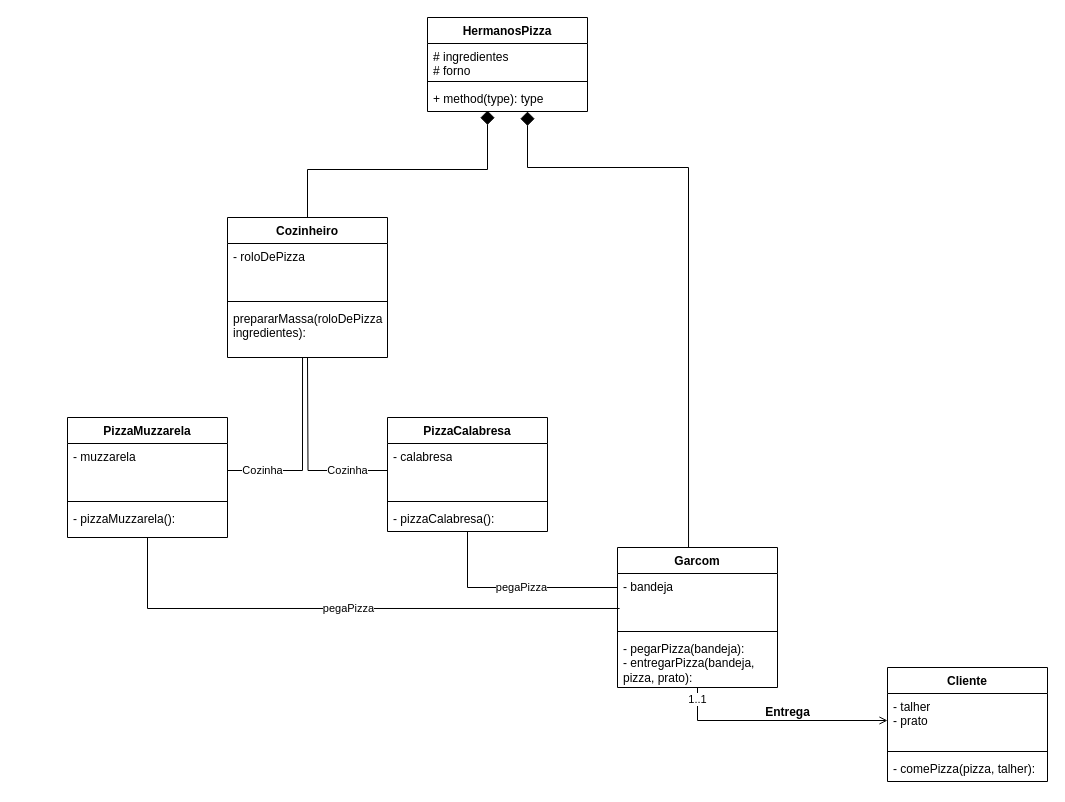
This is Pizzaria.drawio from SamuelKopf/Diagramas, a draw.io file, before an edit. Source tidied: cells renumbered, new cells numbered last; positions are measured from the earlier drawing's top-left corner, leaving out a move shared by most shapes. Both pictures are drawn from the tidied source at 100%, with x=0, y=0 at pixel (67, 17).
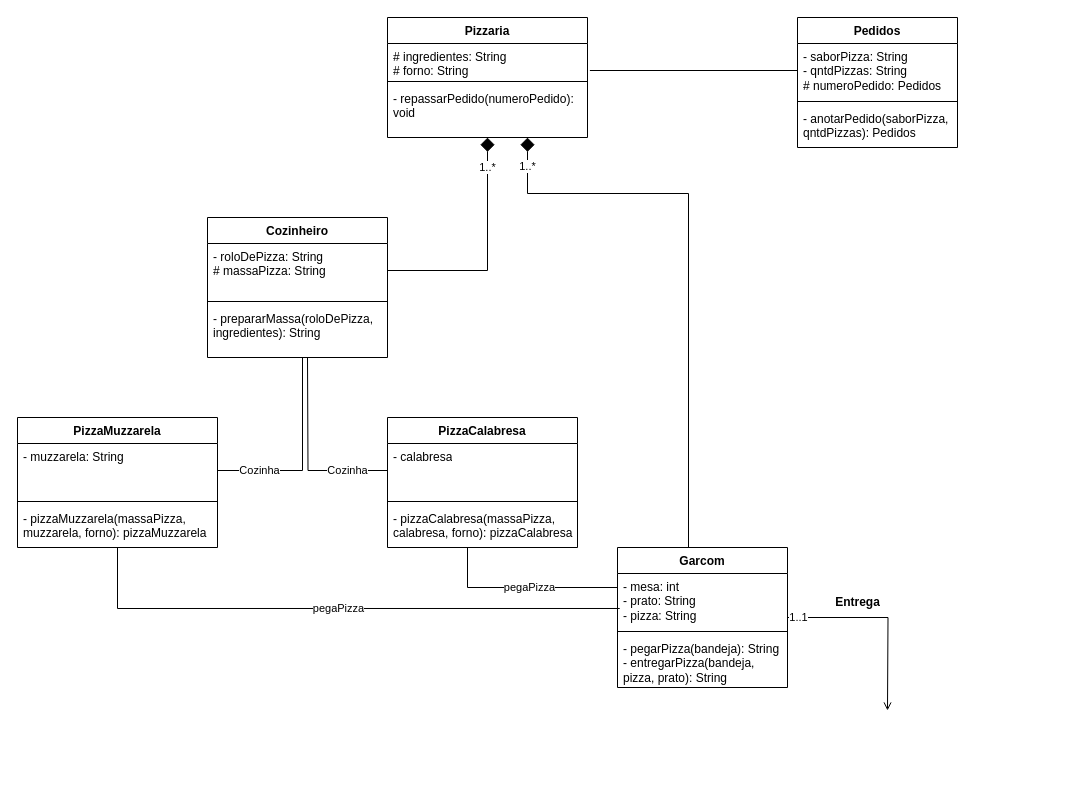
Above is the later version.

Change to the diagram source:
```diff
@@
-    <mxCell id="2" value="HermanosPizza" style="swimlane;fontStyle=1;align=center;verticalAlign=top;horizontal=1;startSize=26;whiteSpace=wrap;html=1;" parent="1" vertex="1">
-      <mxGeometry x="360" width="160" height="94" as="geometry" />
+    <mxCell id="2" value="Pizzaria" style="swimlane;fontStyle=1;align=center;verticalAlign=top;horizontal=1;startSize=26;whiteSpace=wrap;html=1;" parent="1" vertex="1">
+      <mxGeometry x="320" width="200" height="120" as="geometry" />
     </mxCell>
-    <mxCell id="3" value="# ingredientes&lt;div&gt;# forno&lt;/div&gt;" style="text;strokeColor=none;fillColor=none;align=left;verticalAlign=top;spacingLeft=4;spacingRight=4;overflow=hidden;points=[[0,0.5],[1,0.5]];portConstraint=eastwest;whiteSpace=wrap;html=1;" parent="2" vertex="1">
-      <mxGeometry y="26" width="160" height="34" as="geometry" />
+    <mxCell id="3" value="# ingredientes: String&lt;div&gt;# forno&lt;span style=&quot;background-color: initial;&quot;&gt;: String&lt;/span&gt;&lt;/div&gt;" style="text;strokeColor=none;fillColor=none;align=left;verticalAlign=top;spacingLeft=4;spacingRight=4;overflow=hidden;points=[[0,0.5],[1,0.5]];portConstraint=eastwest;whiteSpace=wrap;html=1;" parent="2" vertex="1">
+      <mxGeometry y="26" width="200" height="34" as="geometry" />
     </mxCell>
     <mxCell id="4" style="line;strokeWidth=1;fillColor=none;align=left;verticalAlign=middle;spacingTop=-1;spacingLeft=3;spacingRight=3;labelPosition=right;strokeColor=inherit;" parent="2" vertex="1">
-      <mxGeometry y="60" width="160" height="8" as="geometry" />
+      <mxGeometry y="60" width="200" height="8" as="geometry" />
     </mxCell>
-    <mxCell id="5" value="+ method(type): type" style="text;strokeColor=none;fillColor=none;align=left;verticalAlign=top;spacingLeft=4;spacingRight=4;overflow=hidden;points=[[0,0.5],[1,0.5]];portConstraint=eastwest;whiteSpace=wrap;html=1;" parent="2" vertex="1">
-      <mxGeometry y="68" width="160" height="26" as="geometry" />
+    <mxCell id="5" value="- repassarPedido(numeroPedido): void" style="text;strokeColor=none;fillColor=none;align=left;verticalAlign=top;spacingLeft=4;spacingRight=4;overflow=hidden;points=[[0,0.5],[1,0.5]];portConstraint=eastwest;whiteSpace=wrap;html=1;" parent="2" vertex="1">
+      <mxGeometry y="68" width="200" height="52" as="geometry" />
     </mxCell>
-    <mxCell id="6" value="1..1" style="edgeStyle=orthogonalEdgeStyle;rounded=0;jettySize=auto;html=1;entryX=0;entryY=0.5;entryDx=0;entryDy=0;endArrow=open;endFill=0;" parent="1" edge="1" source="7" target="29">
-      <mxGeometry x="-0.89" relative="1" as="geometry" />
+    <mxCell id="6" value="1..1" style="edgeStyle=orthogonalEdgeStyle;rounded=0;jettySize=auto;html=1;entryX=0;entryY=0.5;entryDx=0;entryDy=0;endArrow=open;endFill=0;" parent="1" edge="1" source="7">
+      <mxGeometry x="-0.89" relative="1" as="geometry">
+        <mxPoint x="820" y="693" as="targetPoint" />
+      </mxGeometry>
     </mxCell>
     <mxCell id="7" value="&lt;div&gt;Garcom&lt;/div&gt;" style="swimlane;fontStyle=1;align=center;verticalAlign=top;horizontal=1;startSize=26;whiteSpace=wrap;html=1;" parent="1" vertex="1">
-      <mxGeometry x="550" y="530" width="160" height="140" as="geometry" />
+      <mxGeometry x="550" y="530" width="170" height="140" as="geometry" />
     </mxCell>
-    <mxCell id="8" value="- bandeja" style="text;strokeColor=none;fillColor=none;align=left;verticalAlign=top;spacingLeft=4;spacingRight=4;overflow=hidden;points=[[0,0.5],[1,0.5]];portConstraint=eastwest;whiteSpace=wrap;html=1;" parent="7" vertex="1">
-      <mxGeometry y="26" width="160" height="54" as="geometry" />
+    <mxCell id="8" value="- mesa: int&lt;div&gt;- prato&lt;span style=&quot;background-color: initial;&quot;&gt;: String&lt;/span&gt;&lt;/div&gt;&lt;div&gt;- pizza&lt;span style=&quot;background-color: initial;&quot;&gt;: String&lt;/span&gt;&lt;/div&gt;" style="text;strokeColor=none;fillColor=none;align=left;verticalAlign=top;spacingLeft=4;spacingRight=4;overflow=hidden;points=[[0,0.5],[1,0.5]];portConstraint=eastwest;whiteSpace=wrap;html=1;" parent="7" vertex="1">
+      <mxGeometry y="26" width="170" height="54" as="geometry" />
     </mxCell>
     <mxCell id="9" style="line;strokeWidth=1;fillColor=none;align=left;verticalAlign=middle;spacingTop=-1;spacingLeft=3;spacingRight=3;labelPosition=right;strokeColor=inherit;" parent="7" vertex="1">
-      <mxGeometry y="80" width="160" height="8" as="geometry" />
+      <mxGeometry y="80" width="170" height="8" as="geometry" />
     </mxCell>
-    <mxCell id="10" value="&lt;div&gt;- pegarPizza(bandeja):&lt;/div&gt;- entregarPizza(bandeja, pizza, prato):&lt;div&gt;&lt;br&gt;&lt;/div&gt;" style="text;strokeColor=none;fillColor=none;align=left;verticalAlign=top;spacingLeft=4;spacingRight=4;overflow=hidden;whiteSpace=wrap;html=1;" parent="7" vertex="1">
-      <mxGeometry y="88" width="160" height="52" as="geometry" />
+    <mxCell id="10" value="&lt;div&gt;- pegarPizza(bandeja): String&lt;/div&gt;- entregarPizza(bandeja, pizza, prato): String&lt;div&gt;&lt;br&gt;&lt;/div&gt;" style="text;strokeColor=none;fillColor=none;align=left;verticalAlign=top;spacingLeft=4;spacingRight=4;overflow=hidden;whiteSpace=wrap;html=1;" parent="7" vertex="1">
+      <mxGeometry y="88" width="170" height="52" as="geometry" />
     </mxCell>
-    <mxCell id="11" style="edgeStyle=orthogonalEdgeStyle;rounded=0;jettySize=auto;html=1;entryX=0.375;entryY=0.962;entryDx=0;entryDy=0;entryPerimeter=0;endArrow=diamond;endFill=1;endSize=12;" parent="1" edge="1" source="12" target="5">
-      <mxGeometry relative="1" as="geometry" />
-    </mxCell>
     <mxCell id="12" value="&lt;div&gt;Cozinheiro&lt;/div&gt;" style="swimlane;fontStyle=1;align=center;verticalAlign=top;horizontal=1;startSize=26;whiteSpace=wrap;html=1;" parent="1" vertex="1">
-      <mxGeometry x="160" y="200" width="160" height="140" as="geometry" />
+      <mxGeometry x="140" y="200" width="180" height="140" as="geometry" />
     </mxCell>
-    <mxCell id="13" value="- roloDePizza" style="text;strokeColor=none;fillColor=none;align=left;verticalAlign=top;spacingLeft=4;spacingRight=4;overflow=hidden;points=[[0,0.5],[1,0.5]];portConstraint=eastwest;whiteSpace=wrap;html=1;" parent="12" vertex="1">
-      <mxGeometry y="26" width="160" height="54" as="geometry" />
+    <mxCell id="13" value="- roloDePizza: String&lt;div&gt;# massaPizza&lt;span style=&quot;background-color: initial;&quot;&gt;: String&lt;/span&gt;&lt;/div&gt;" style="text;strokeColor=none;fillColor=none;align=left;verticalAlign=top;spacingLeft=4;spacingRight=4;overflow=hidden;points=[[0,0.5],[1,0.5]];portConstraint=eastwest;whiteSpace=wrap;html=1;" parent="12" vertex="1">
+      <mxGeometry y="26" width="180" height="54" as="geometry" />
     </mxCell>
     <mxCell id="14" style="line;strokeWidth=1;fillColor=none;align=left;verticalAlign=middle;spacingTop=-1;spacingLeft=3;spacingRight=3;labelPosition=right;strokeColor=inherit;" parent="12" vertex="1">
-      <mxGeometry y="80" width="160" height="8" as="geometry" />
+      <mxGeometry y="80" width="180" height="8" as="geometry" />
     </mxCell>
-    <mxCell id="15" value="prepararMassa(roloDePizza, ingredientes):" style="text;strokeColor=none;fillColor=none;align=left;verticalAlign=top;spacingLeft=4;spacingRight=4;overflow=hidden;points=[[0,0.5],[1,0.5]];portConstraint=eastwest;whiteSpace=wrap;html=1;" parent="12" vertex="1">
-      <mxGeometry y="88" width="160" height="52" as="geometry" />
+    <mxCell id="15" value="- prepararMassa(roloDePizza, ingredientes): String" style="text;strokeColor=none;fillColor=none;align=left;verticalAlign=top;spacingLeft=4;spacingRight=4;overflow=hidden;points=[[0,0.5],[1,0.5]];portConstraint=eastwest;whiteSpace=wrap;html=1;" parent="12" vertex="1">
+      <mxGeometry y="88" width="180" height="52" as="geometry" />
     </mxCell>
-    <mxCell id="16" style="edgeStyle=orthogonalEdgeStyle;rounded=0;jettySize=auto;html=1;entryX=0.631;entryY=1.038;entryDx=0;entryDy=0;entryPerimeter=0;endArrow=diamond;endFill=1;endSize=12;exitX=0.444;exitY=0;exitDx=0;exitDy=0;exitPerimeter=0;" parent="1" edge="1" source="7">
-      <mxGeometry relative="1" as="geometry">
-        <mxPoint x="460" y="94" as="targetPoint" />
+    <mxCell id="16" value="1..*" style="edgeStyle=orthogonalEdgeStyle;rounded=0;orthogonalLoop=1;jettySize=auto;html=1;entryX=0.631;entryY=1.038;entryDx=0;entryDy=0;entryPerimeter=0;endArrow=diamond;endFill=1;endSize=12;" parent="1" edge="1">
+      <mxGeometry x="0.9" relative="1" as="geometry">
+        <mxPoint x="621" y="530" as="sourcePoint" />
+        <mxPoint x="460" y="120" as="targetPoint" />
         <Array as="points">
-          <mxPoint x="621" y="150" />
-          <mxPoint x="460" y="150" />
+          <mxPoint x="621" y="176" />
+          <mxPoint x="460" y="176" />
         </Array>
       </mxGeometry>
     </mxCell>
@@
     <mxCell id="18" value="&lt;div&gt;PizzaCalabresa&lt;/div&gt;" style="swimlane;fontStyle=1;align=center;verticalAlign=top;horizontal=1;startSize=26;whiteSpace=wrap;html=1;" parent="1" vertex="1">
-      <mxGeometry x="320" y="400" width="160" height="114" as="geometry" />
+      <mxGeometry x="320" y="400" width="190" height="130" as="geometry" />
     </mxCell>
@@
     <mxCell id="20" value="- calabresa" style="text;strokeColor=none;fillColor=none;align=left;verticalAlign=top;spacingLeft=4;spacingRight=4;overflow=hidden;points=[[0,0.5],[1,0.5]];portConstraint=eastwest;whiteSpace=wrap;html=1;" parent="18" vertex="1">
-      <mxGeometry y="26" width="160" height="54" as="geometry" />
+      <mxGeometry y="26" width="190" height="54" as="geometry" />
     </mxCell>
     <mxCell id="21" style="line;strokeWidth=1;fillColor=none;align=left;verticalAlign=middle;spacingTop=-1;spacingLeft=3;spacingRight=3;labelPosition=right;strokeColor=inherit;" parent="18" vertex="1">
-      <mxGeometry y="80" width="160" height="8" as="geometry" />
+      <mxGeometry y="80" width="190" height="8" as="geometry" />
     </mxCell>
-    <mxCell id="22" value="- pizzaCalabresa():" style="text;strokeColor=none;fillColor=none;align=left;verticalAlign=top;spacingLeft=4;spacingRight=4;overflow=hidden;whiteSpace=wrap;html=1;" parent="18" vertex="1">
-      <mxGeometry y="88" width="160" height="26" as="geometry" />
+    <mxCell id="22" value="- pizzaCalabresa(massaPizza, calabresa, forno): pizzaCalabresa" style="text;strokeColor=none;fillColor=none;align=left;verticalAlign=top;spacingLeft=4;spacingRight=4;overflow=hidden;whiteSpace=wrap;html=1;" parent="18" vertex="1">
+      <mxGeometry y="88" width="190" height="42" as="geometry" />
     </mxCell>
     <mxCell id="23" value="&lt;div&gt;PizzaMuzzarela&lt;/div&gt;" style="swimlane;fontStyle=1;align=center;verticalAlign=top;horizontal=1;startSize=26;whiteSpace=wrap;html=1;" parent="1" vertex="1">
-      <mxGeometry y="400" width="160" height="120" as="geometry" />
+      <mxGeometry x="-50" y="400" width="200" height="130" as="geometry" />
     </mxCell>
-    <mxCell id="24" value="- muzzarela" style="text;strokeColor=none;fillColor=none;align=left;verticalAlign=top;spacingLeft=4;spacingRight=4;overflow=hidden;points=[[0,0.5],[1,0.5]];portConstraint=eastwest;whiteSpace=wrap;html=1;" parent="23" vertex="1">
-      <mxGeometry y="26" width="160" height="54" as="geometry" />
+    <mxCell id="24" value="- muzzarela: String" style="text;strokeColor=none;fillColor=none;align=left;verticalAlign=top;spacingLeft=4;spacingRight=4;overflow=hidden;points=[[0,0.5],[1,0.5]];portConstraint=eastwest;whiteSpace=wrap;html=1;" parent="23" vertex="1">
+      <mxGeometry y="26" width="200" height="54" as="geometry" />
     </mxCell>
     <mxCell id="25" style="line;strokeWidth=1;fillColor=none;align=left;verticalAlign=middle;spacingTop=-1;spacingLeft=3;spacingRight=3;labelPosition=right;strokeColor=inherit;" parent="23" vertex="1">
-      <mxGeometry y="80" width="160" height="8" as="geometry" />
+      <mxGeometry y="80" width="200" height="8" as="geometry" />
     </mxCell>
-    <mxCell id="26" value="- pizzaMuzzarela():" style="text;strokeColor=none;fillColor=none;align=left;verticalAlign=top;spacingLeft=4;spacingRight=4;overflow=hidden;whiteSpace=wrap;html=1;" parent="23" vertex="1">
-      <mxGeometry y="88" width="160" height="32" as="geometry" />
+    <mxCell id="26" value="- pizzaMuzzarela(massaPizza, muzzarela, forno): pizzaMuzzarela&amp;nbsp;" style="text;strokeColor=none;fillColor=none;align=left;verticalAlign=top;spacingLeft=4;spacingRight=4;overflow=hidden;whiteSpace=wrap;html=1;" parent="23" vertex="1">
+      <mxGeometry y="88" width="200" height="42" as="geometry" />
     </mxCell>
     <mxCell id="27" value="Cozinha" style="edgeStyle=orthogonalEdgeStyle;rounded=0;jettySize=auto;html=1;entryX=0.469;entryY=1;entryDx=0;entryDy=0;entryPerimeter=0;endArrow=none;endFill=0;align=center;" parent="1" edge="1" source="24" target="15">
-      <mxGeometry x="-0.63" relative="1" as="geometry">
+      <mxGeometry x="-0.6" relative="1" as="geometry">
         <Array as="points">
           <mxPoint x="235" y="453" />
         </Array>
       </mxGeometry>
     </mxCell>
-    <mxCell id="28" value="&lt;div&gt;Cliente&lt;/div&gt;" style="swimlane;fontStyle=1;align=center;verticalAlign=top;horizontal=1;startSize=26;whiteSpace=wrap;html=1;" parent="1" vertex="1">
-      <mxGeometry x="820" y="650" width="160" height="114" as="geometry" />
-    </mxCell>
-    <mxCell id="29" value="- talher&lt;div&gt;- prato&lt;/div&gt;" style="text;strokeColor=none;fillColor=none;align=left;verticalAlign=top;spacingLeft=4;spacingRight=4;overflow=hidden;points=[[0,0.5],[1,0.5]];portConstraint=eastwest;whiteSpace=wrap;html=1;" parent="28" vertex="1">
-      <mxGeometry y="26" width="160" height="54" as="geometry" />
-    </mxCell>
-    <mxCell id="30" style="line;strokeWidth=1;fillColor=none;align=left;verticalAlign=middle;spacingTop=-1;spacingLeft=3;spacingRight=3;labelPosition=right;strokeColor=inherit;" parent="28" vertex="1">
-      <mxGeometry y="80" width="160" height="8" as="geometry" />
-    </mxCell>
-    <mxCell id="31" value="- comePizza(pizza, talher):" style="text;strokeColor=none;fillColor=none;align=left;verticalAlign=top;spacingLeft=4;spacingRight=4;overflow=hidden;whiteSpace=wrap;html=1;" parent="28" vertex="1">
-      <mxGeometry y="88" width="160" height="26" as="geometry" />
-    </mxCell>
     <mxCell id="32" value="Entrega" style="text;strokeColor=none;fillColor=none;html=1;fontSize=12;fontStyle=1;verticalAlign=middle;align=center;" parent="1" vertex="1">
-      <mxGeometry x="700" y="690" width="40" height="10" as="geometry" />
+      <mxGeometry x="770" y="580" width="40" height="10" as="geometry" />
     </mxCell>
@@
+    <mxCell id="34" value="Pedidos" style="swimlane;fontStyle=1;align=center;verticalAlign=top;horizontal=1;startSize=26;whiteSpace=wrap;html=1;" parent="1" vertex="1">
+      <mxGeometry x="730" width="160" height="130" as="geometry" />
+    </mxCell>
+    <mxCell id="35" value="- saborPizza: String&lt;div&gt;- qntdPizzas&lt;span style=&quot;background-color: initial;&quot;&gt;: String&lt;/span&gt;&lt;/div&gt;&lt;div&gt;# numeroPedido&lt;span style=&quot;background-color: initial;&quot;&gt;: Pedidos&lt;/span&gt;&lt;/div&gt;" style="text;strokeColor=none;fillColor=none;align=left;verticalAlign=top;spacingLeft=4;spacingRight=4;overflow=hidden;points=[[0,0.5],[1,0.5]];portConstraint=eastwest;whiteSpace=wrap;html=1;" parent="34" vertex="1">
+      <mxGeometry y="26" width="160" height="54" as="geometry" />
+    </mxCell>
+    <mxCell id="30" style="line;strokeWidth=1;fillColor=none;align=left;verticalAlign=middle;spacingTop=-1;spacingLeft=3;spacingRight=3;labelPosition=right;strokeColor=inherit;" parent="34" vertex="1">
+      <mxGeometry y="80" width="160" height="8" as="geometry" />
+    </mxCell>
+    <mxCell id="36" value="- anotarPedido(saborPizza, qntdPizzas): Pedidos" style="text;strokeColor=none;fillColor=none;align=left;verticalAlign=top;spacingLeft=4;spacingRight=4;overflow=hidden;whiteSpace=wrap;html=1;" parent="34" vertex="1">
+      <mxGeometry y="88" width="160" height="42" as="geometry" />
+    </mxCell>
+    <mxCell id="37" style="edgeStyle=orthogonalEdgeStyle;rounded=0;jettySize=auto;html=1;entryX=1.012;entryY=0.794;entryDx=0;entryDy=0;entryPerimeter=0;endArrow=none;endFill=0;" parent="1" edge="1" source="35" target="3">
+      <mxGeometry relative="1" as="geometry" />
+    </mxCell>
+    <mxCell id="38" style="edgeStyle=orthogonalEdgeStyle;rounded=0;jettySize=auto;html=1;entryX=0.5;entryY=1;entryDx=0;entryDy=0;entryPerimeter=0;endArrow=diamond;endFill=1;endSize=12;" parent="1" edge="1" source="13" target="5">
+      <mxGeometry relative="1" as="geometry" />
+    </mxCell>
+    <mxCell id="39" value="1..*" style="edgeLabel;html=1;align=center;verticalAlign=middle;" parent="38" vertex="1">
+      <mxGeometry x="0.75" y="1" relative="1" as="geometry" />
+    </mxCell>
```
